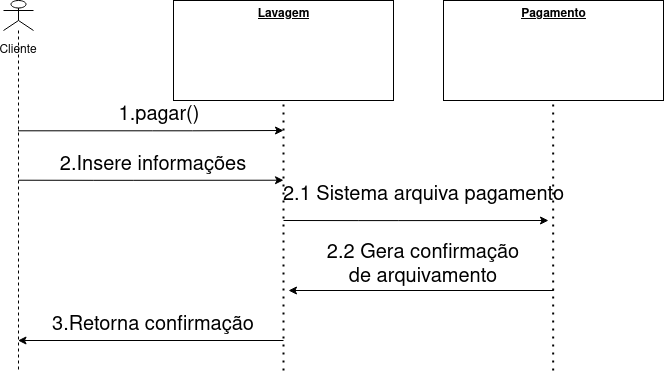
MuriloGomesMunhoz/A-SClean keeps this draw.io diagram as resources/sequence_payment.png. Above is the earlier version. Source tidied: cells renumbered, new cells last; positions are measured from the earlier drawing's top-left corner, leaving out a move shared by most shapes.
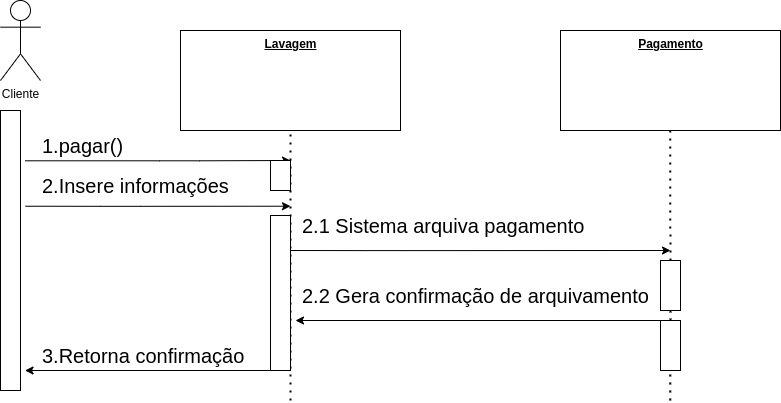
After the change.

Commit message:
Update sequence diagrams

What changed in the source:
```diff
@@ -2,17 +2,15 @@
   <root>
     <mxCell id="0" />
     <mxCell id="1" parent="0" />
-    <mxCell id="2" value="Cliente&lt;br&gt;" style="shape=umlLifeline;participant=umlActor;perimeter=lifelinePerimeter;whiteSpace=wrap;html=1;verticalAlign=top;spacingTop=36;outlineConnect=0;size=30;" parent="1" vertex="1">
-      <mxGeometry width="30" height="370" as="geometry" />
-    </mxCell>
     <mxCell id="3" style="endArrow=none;dashed=1;html=1;dashPattern=1 3;strokeWidth=2;rounded=0;fontSize=20;" parent="1" edge="1">
       <mxGeometry relative="1" as="geometry">
         <mxPoint x="280" y="370" as="sourcePoint" />
         <mxPoint x="280" y="100" as="targetPoint" />
       </mxGeometry>
     </mxCell>
-    <mxCell id="4" style="endArrow=classic;html=1;rounded=0;" parent="1" edge="1" source="2">
+    <mxCell id="4" style="endArrow=classic;html=1;rounded=0;" parent="1" edge="1">
       <mxGeometry relative="1" as="geometry">
+        <mxPoint x="14.5" y="130.3" as="sourcePoint" />
         <mxPoint x="280" y="130" as="targetPoint" />
         <Array as="points">
           <mxPoint x="149.2" y="130.3" />
@@ -20,39 +18,39 @@
         </Array>
       </mxGeometry>
     </mxCell>
-    <mxCell id="5" value="1.pagar()" style="text;html=1;strokeColor=none;fillColor=none;align=center;verticalAlign=middle;whiteSpace=wrap;rounded=0;fontSize=20;" parent="1" vertex="1">
-      <mxGeometry x="126.4" y="99.9" width="60" height="30" as="geometry" />
+    <mxCell id="5" value="1.pagar()" style="text;html=1;strokeColor=none;fillColor=none;align=left;verticalAlign=middle;whiteSpace=wrap;rounded=0;fontSize=20;" parent="1" vertex="1">
+      <mxGeometry x="30" y="100" width="130" height="30" as="geometry" />
     </mxCell>
-    <mxCell id="6" value="2.1 Sistema&amp;nbsp;arquiva pagamento" style="text;html=1;strokeColor=none;fillColor=none;align=center;verticalAlign=middle;whiteSpace=wrap;rounded=0;fontSize=20;" parent="1" vertex="1">
-      <mxGeometry x="272.5" y="180" width="295" height="30" as="geometry" />
+    <mxCell id="6" value="2.1 Sistema&amp;nbsp;arquiva pagamento" style="text;html=1;strokeColor=none;fillColor=none;align=left;verticalAlign=middle;whiteSpace=wrap;rounded=0;fontSize=20;" parent="1" vertex="1">
+      <mxGeometry x="290" y="180" width="295" height="30" as="geometry" />
     </mxCell>
     <mxCell id="7" value="&lt;b&gt;&lt;u&gt;Lavagem&lt;/u&gt;&lt;/b&gt;" style="html=1;verticalAlign=top;" parent="1" vertex="1">
       <mxGeometry x="170" width="220" height="100" as="geometry" />
     </mxCell>
-    <mxCell id="8" style="endArrow=none;dashed=1;html=1;dashPattern=1 3;strokeWidth=2;rounded=0;fontSize=20;" parent="1" edge="1">
+    <mxCell id="8" style="endArrow=none;dashed=1;html=1;dashPattern=1 3;strokeWidth=2;rounded=0;fontSize=20;startArrow=none;" parent="1" edge="1" source="21">
       <mxGeometry relative="1" as="geometry">
-        <mxPoint x="549.7" y="370" as="sourcePoint" />
-        <mxPoint x="549.7" y="100" as="targetPoint" />
+        <mxPoint x="659.7" y="100" as="targetPoint" />
       </mxGeometry>
     </mxCell>
     <mxCell id="9" value="&lt;b&gt;&lt;u&gt;Pagamento&lt;/u&gt;&lt;/b&gt;" style="html=1;verticalAlign=top;" parent="1" vertex="1">
-      <mxGeometry x="440" width="220" height="100" as="geometry" />
+      <mxGeometry x="550" width="220" height="100" as="geometry" />
     </mxCell>
-    <mxCell id="10" value="2.2 Gera confirmação de arquivamento" style="text;html=1;strokeColor=none;fillColor=none;align=center;verticalAlign=middle;whiteSpace=wrap;rounded=0;fontSize=20;" parent="1" vertex="1">
-      <mxGeometry x="310" y="250" width="220" height="30" as="geometry" />
+    <mxCell id="10" value="2.2 Gera confirmação de arquivamento" style="text;html=1;strokeColor=none;fillColor=none;align=left;verticalAlign=middle;whiteSpace=wrap;rounded=0;fontSize=20;" parent="1" vertex="1">
+      <mxGeometry x="290" y="250" width="390" height="30" as="geometry" />
     </mxCell>
-    <mxCell id="11" style="endArrow=classic;html=1;rounded=0;fontSize=20;" parent="1" edge="1" target="2">
+    <mxCell id="11" style="endArrow=classic;html=1;rounded=0;fontSize=20;" parent="1" edge="1">
       <mxGeometry relative="1" as="geometry">
         <mxPoint x="280" y="340" as="sourcePoint" />
+        <mxPoint x="14.5" y="340" as="targetPoint" />
       </mxGeometry>
     </mxCell>
-    <mxCell id="12" value="3.Retorna confirmação" style="text;html=1;strokeColor=none;fillColor=none;align=center;verticalAlign=middle;whiteSpace=wrap;rounded=0;fontSize=20;" parent="1" vertex="1">
+    <mxCell id="12" value="3.Retorna confirmação" style="text;html=1;strokeColor=none;fillColor=none;align=left;verticalAlign=middle;whiteSpace=wrap;rounded=0;fontSize=20;" parent="1" vertex="1">
       <mxGeometry x="30" y="310" width="240" height="30" as="geometry" />
     </mxCell>
     <mxCell id="13" style="endArrow=classic;html=1;rounded=0;" parent="1" edge="1">
       <mxGeometry relative="1" as="geometry">
         <mxPoint x="280" y="220" as="sourcePoint" />
-        <mxPoint x="545" y="220" as="targetPoint" />
+        <mxPoint x="660" y="220" as="targetPoint" />
         <Array as="points">
           <mxPoint x="355.3" y="220.1" />
           <mxPoint x="395.3" y="220.1" />
@@ -61,22 +59,51 @@
     </mxCell>
     <mxCell id="14" style="endArrow=classic;html=1;rounded=0;fontSize=20;" parent="1" edge="1">
       <mxGeometry relative="1" as="geometry">
-        <mxPoint x="550.2" y="290" as="sourcePoint" />
+        <mxPoint x="660" y="290" as="sourcePoint" />
         <mxPoint x="285" y="290" as="targetPoint" />
       </mxGeometry>
     </mxCell>
     <mxCell id="15" style="endArrow=classic;html=1;rounded=0;" parent="1" edge="1">
       <mxGeometry relative="1" as="geometry">
-        <mxPoint x="15" y="179.7" as="sourcePoint" />
-        <mxPoint x="280" y="179.7" as="targetPoint" />
+        <mxPoint x="15" y="175.7" as="sourcePoint" />
+        <mxPoint x="280" y="175.7" as="targetPoint" />
         <Array as="points">
-          <mxPoint x="90.3" y="179.8" />
-          <mxPoint x="130.3" y="179.8" />
+          <mxPoint x="90.3" y="175.8" />
+          <mxPoint x="130.3" y="175.8" />
         </Array>
       </mxGeometry>
     </mxCell>
-    <mxCell id="16" value="2.Insere informações" style="text;html=1;strokeColor=none;fillColor=none;align=center;verticalAlign=middle;whiteSpace=wrap;rounded=0;fontSize=20;" parent="1" vertex="1">
-      <mxGeometry x="15" y="149.7" width="270" height="30" as="geometry" />
+    <mxCell id="16" value="2.Insere informações" style="text;html=1;strokeColor=none;fillColor=none;align=left;verticalAlign=middle;whiteSpace=wrap;rounded=0;fontSize=20;" parent="1" vertex="1">
+      <mxGeometry x="30" y="140" width="235" height="30" as="geometry" />
     </mxCell>
+    <mxCell id="17" style="edgeStyle=orthogonalEdgeStyle;rounded=0;orthogonalLoop=1;jettySize=auto;html=1;endArrow=none;endFill=0;" parent="1" edge="1">
+      <mxGeometry relative="1" as="geometry">
+        <mxPoint x="10" y="80" as="sourcePoint" />
+        <mxPoint x="10" y="360" as="targetPoint" />
+      </mxGeometry>
+    </mxCell>
+    <mxCell id="2" value="Cliente" style="shape=umlActor;verticalLabelPosition=bottom;verticalAlign=top;html=1;" parent="1" vertex="1">
+      <mxGeometry x="-10" y="-30" width="40" height="80" as="geometry" />
+    </mxCell>
+    <mxCell id="18" style="rounded=0;whiteSpace=wrap;html=1;" parent="1" vertex="1">
+      <mxGeometry x="-10" y="80" width="20" height="280" as="geometry" />
+    </mxCell>
+    <mxCell id="19" style="rounded=0;whiteSpace=wrap;html=1;" parent="1" vertex="1">
+      <mxGeometry x="260" y="185" width="20" height="155" as="geometry" />
+    </mxCell>
+    <mxCell id="20" style="rounded=0;whiteSpace=wrap;html=1;" parent="1" vertex="1">
+      <mxGeometry x="260" y="130" width="20" height="30" as="geometry" />
+    </mxCell>
+    <mxCell id="21" style="rounded=0;whiteSpace=wrap;html=1;" parent="1" vertex="1">
+      <mxGeometry x="650" y="230" width="20" height="50" as="geometry" />
+    </mxCell>
+    <mxCell id="22" style="endArrow=none;dashed=1;html=1;dashPattern=1 3;strokeWidth=2;rounded=0;fontSize=20;" parent="1" edge="1" target="21">
+      <mxGeometry relative="1" as="geometry">
+        <mxPoint x="659.7" y="370" as="sourcePoint" />
+      </mxGeometry>
+    </mxCell>
+    <mxCell id="23" style="rounded=0;whiteSpace=wrap;html=1;" parent="1" vertex="1">
+      <mxGeometry x="650" y="290" width="20" height="50" as="geometry" />
+    </mxCell>
   </root>
 </mxGraphModel>
```
